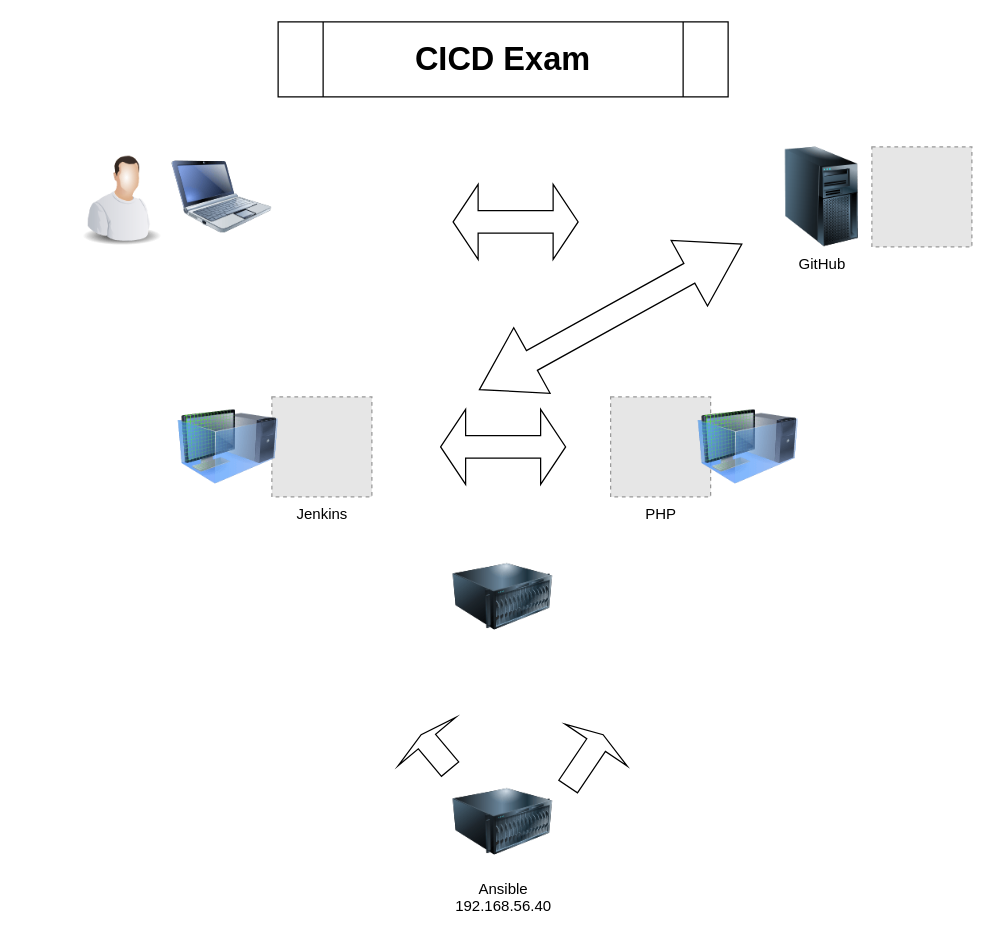
The draw.io diagram images/cicd_xam_overview.drawio in sferentzi/cicd_xam, before the edit. Source tidied: cells renumbered, new cells numbered last; positions are measured from the earlier drawing's top-left corner, leaving out a move shared by most shapes. Both pictures are drawn from the tidied source at 125%, with x=0, y=0 at pixel (71, 21). Pictures stored in the file or linked from it are replaced by grey dashed boxes.
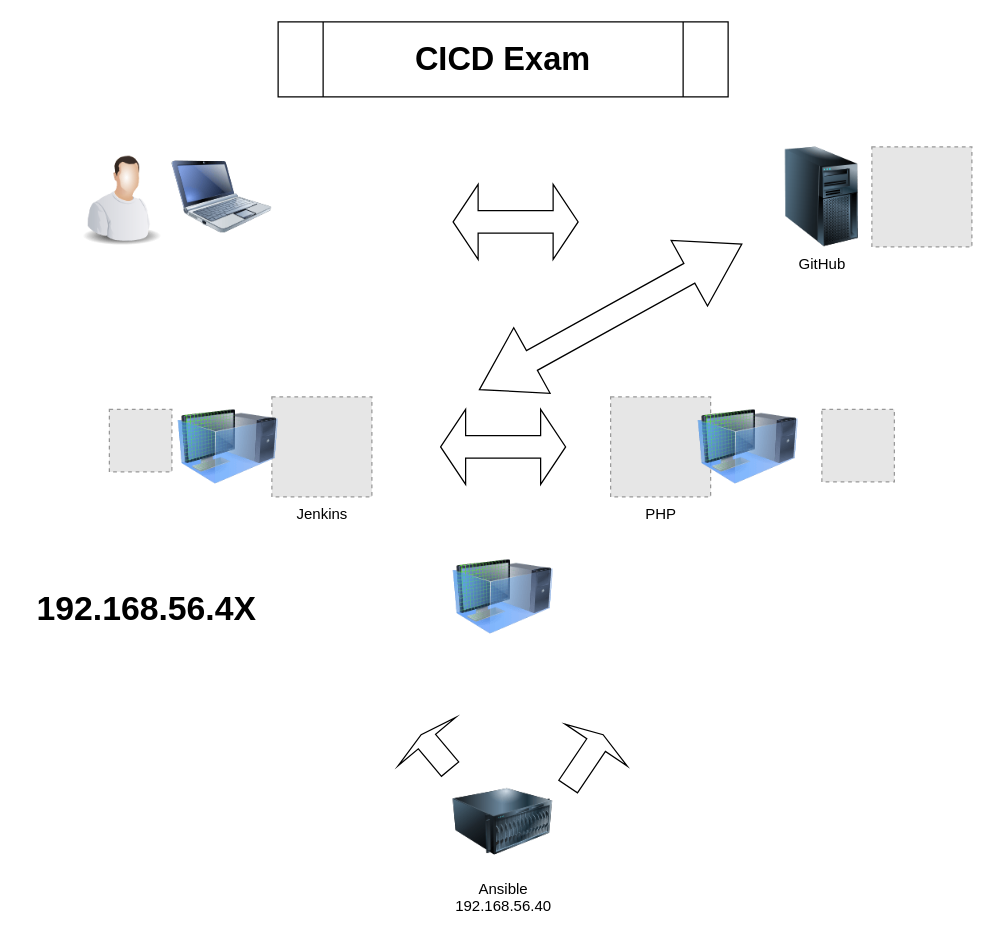
The same diagram, later.

The edit, as a diff of the source:
```diff
@@
-    <mxCell id="15" style="image;html=1;labelBackgroundColor=#ffffff;image=img/lib/clip_art/computers/Server_128x128.png;" parent="1" vertex="1">
-      <mxGeometry x="305" y="420" width="80" height="80" as="geometry" />
-    </mxCell>
@@
+    <mxCell id="18" style="image;html=1;labelBackgroundColor=#ffffff;image=img/lib/clip_art/computers/Virtual_Machine_128x128.png;" parent="1" vertex="1">
+      <mxGeometry x="305" y="420" width="80" height="80" as="geometry" />
+    </mxCell>
+    <mxCell id="19" style="fillColor=#E6E6E6;strokeColor=#999999;dashed=1;html=1;verticalAlign=top;verticalLabelPosition=bottom;labelBackgroundColor=#ffffff;" parent="1" vertex="1">
+      <mxGeometry x="30" y="310" width="50" height="50" as="geometry" />
+    </mxCell>
+    <mxCell id="20" style="fillColor=#E6E6E6;strokeColor=#999999;dashed=1;html=1;verticalAlign=top;verticalLabelPosition=bottom;labelBackgroundColor=#ffffff;" parent="1" vertex="1">
+      <mxGeometry x="600" y="310" width="58" height="58" as="geometry" />
+    </mxCell>
+    <mxCell id="21" value="192.168.56.4X" style="text;html=1;strokeColor=none;fillColor=none;align=center;verticalAlign=middle;whiteSpace=wrap;rounded=0;fontStyle=1;fontSize=27;" parent="1" vertex="1">
+      <mxGeometry x="-40" y="460" width="200" height="20" as="geometry" />
+    </mxCell>
```
